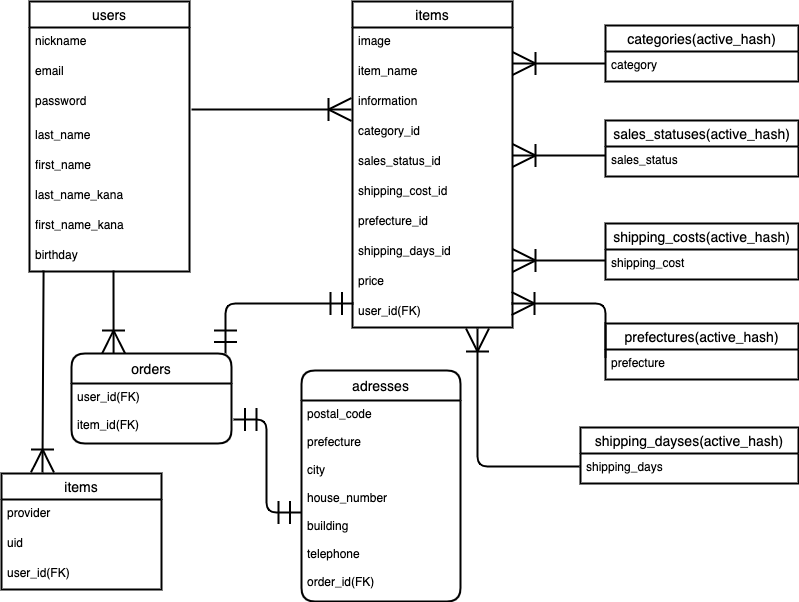
Before: furima.drawio.png, a diagram exported from draw.io (saya1216/furima-36071). Source tidied: cells renumbered, new cells last; positions are measured from the earlier drawing's top-left corner, leaving out a move shared by most shapes.
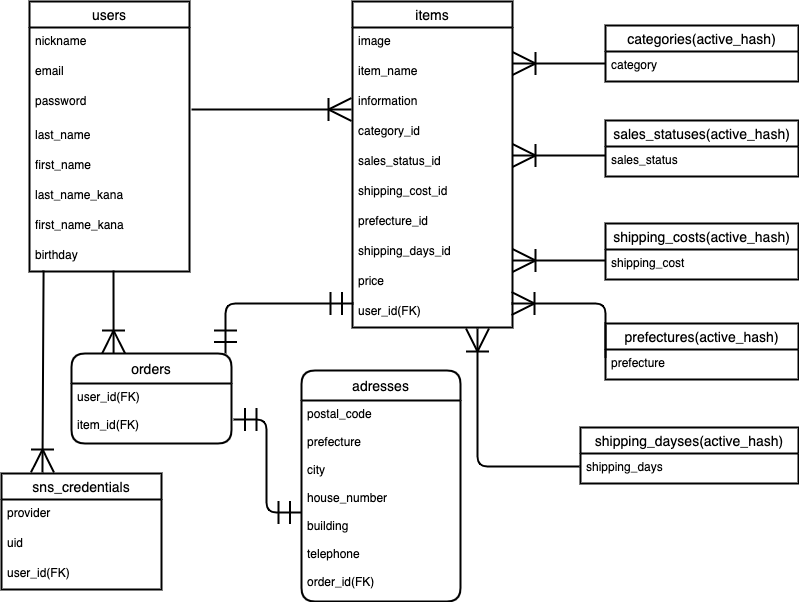
Above is the later version.

Commit message:
ER図のテーブル名修正、商品出品が成功した時の結合テスト実装

What changed in the source:
```diff
@@ -144,7 +144,7 @@
     <mxCell id="44" style="edgeStyle=orthogonalEdgeStyle;fontSize=12;html=1;endArrow=ERoneToMany;fontColor=#000000;startSize=20;endSize=20;strokeColor=#000000;strokeWidth=2;exitX=-0.005;exitY=0.433;exitDx=0;exitDy=0;exitPerimeter=0;entryX=0.781;entryY=1.033;entryDx=0;entryDy=0;entryPerimeter=0;" parent="1" edge="1" source="39" target="21">
       <mxGeometry relative="1" as="geometry" />
     </mxCell>
-    <mxCell id="45" value="items" style="swimlane;fontStyle=0;horizontal=1;startSize=26;align=center;fontSize=14;fontColor=#000000;fillColor=#FFFFFF;strokeColor=#000000;perimeterSpacing=0;strokeWidth=2;" parent="1" vertex="1">
+    <mxCell id="45" value="sns_credentials" style="swimlane;fontStyle=0;horizontal=1;startSize=26;align=center;fontSize=14;fontColor=#000000;fillColor=#FFFFFF;strokeColor=#000000;perimeterSpacing=0;strokeWidth=2;" parent="1" vertex="1">
       <mxGeometry y="472" width="160" height="116" as="geometry" />
     </mxCell>
     <mxCell id="46" value="provider" style="text;fillColor=none;spacingLeft=4;spacingRight=4;overflow=hidden;fontSize=12;fontColor=#000000;" parent="45" vertex="1">
```
